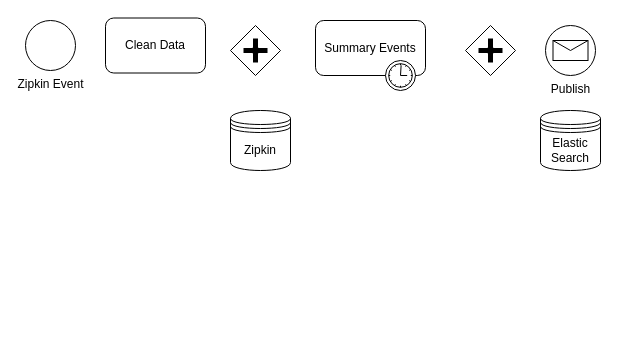
This is MVP Architecture - Anomaly Project.drawio from jdbennet2001/draw.io, a draw.io file, before an edit. Source tidied: cells renumbered, new cells numbered last; positions are measured from the earlier drawing's top-left corner, leaving out a move shared by most shapes. Both pictures are drawn from the tidied source at 100%, with x=0, y=0 at pixel (25, 18).
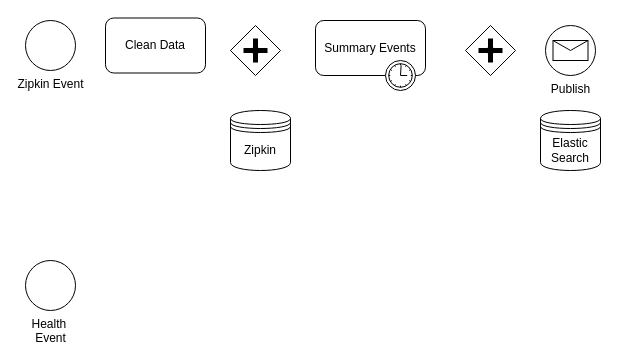
Above is the later version.

Change to the diagram source:
```diff
@@
 <mxGraphModel>
   <root>
     <mxCell id="0" />
     <mxCell id="1" parent="0" />
     <mxCell id="2" value="Zipkin Event" style="shape=mxgraph.bpmn.shape;html=1;verticalLabelPosition=bottom;labelBackgroundColor=#ffffff;verticalAlign=top;align=center;perimeter=ellipsePerimeter;outline=standard;symbol=general;" parent="1" vertex="1">
       <mxGeometry y="2" width="50" height="50" as="geometry" />
     </mxCell>
     <mxCell id="3" style="shape=mxgraph.bpmn.shape;html=1;verticalLabelPosition=bottom;labelBackgroundColor=#ffffff;verticalAlign=top;align=center;perimeter=rhombusPerimeter;background=gateway;outline=none;symbol=parallelGw;" parent="1" vertex="1">
       <mxGeometry x="205" y="7" width="50" height="50" as="geometry" />
     </mxCell>
     <mxCell id="4" value="Clean Data" style="shape=ext;rounded=1;html=1;whiteSpace=wrap;" parent="1" vertex="1">
       <mxGeometry x="80" y="-0.5" width="100" height="55" as="geometry" />
     </mxCell>
     <mxCell id="5" value="Zipkin" style="shape=datastore;whiteSpace=wrap;html=1;" parent="1" vertex="1">
       <mxGeometry x="205" y="92" width="60" height="60" as="geometry" />
     </mxCell>
     <mxCell id="6" value="Summary Events" style="html=1;whiteSpace=wrap;rounded=1;" parent="1" vertex="1">
       <mxGeometry x="290" y="2" width="110" height="55" as="geometry" />
     </mxCell>
     <mxCell id="7" style="shape=mxgraph.bpmn.timer_start;perimeter=ellipsePerimeter;html=1;verticalLabelPosition=bottom;labelBackgroundColor=#ffffff;verticalAlign=top;" parent="6" vertex="1">
       <mxGeometry x="1" y="1" width="30" height="30" relative="1" as="geometry">
         <mxPoint x="-40" y="-15" as="offset" />
       </mxGeometry>
     </mxCell>
     <mxCell id="8" value="Elastic&lt;br&gt;Search" style="shape=datastore;whiteSpace=wrap;html=1;" parent="1" vertex="1">
       <mxGeometry x="515" y="92" width="60" height="60" as="geometry" />
     </mxCell>
     <mxCell id="9" value="Publish" style="shape=mxgraph.bpmn.shape;html=1;verticalLabelPosition=bottom;labelBackgroundColor=#ffffff;verticalAlign=top;align=center;perimeter=ellipsePerimeter;outline=standard;symbol=message;" parent="1" vertex="1">
       <mxGeometry x="520" y="7" width="50" height="50" as="geometry" />
     </mxCell>
     <mxCell id="10" style="shape=mxgraph.bpmn.shape;html=1;verticalLabelPosition=bottom;labelBackgroundColor=#ffffff;verticalAlign=top;align=center;perimeter=rhombusPerimeter;background=gateway;outline=none;symbol=parallelGw;" parent="1" vertex="1">
       <mxGeometry x="440" y="7" width="50" height="50" as="geometry" />
     </mxCell>
+    <mxCell id="11" value="Health&amp;nbsp;&lt;br&gt;Event" style="shape=mxgraph.bpmn.shape;html=1;verticalLabelPosition=bottom;labelBackgroundColor=#ffffff;verticalAlign=top;align=center;perimeter=ellipsePerimeter;outline=standard;symbol=general;" parent="1" vertex="1">
+      <mxGeometry y="242" width="50" height="50" as="geometry" />
+    </mxCell>
   </root>
 </mxGraphModel>
```
